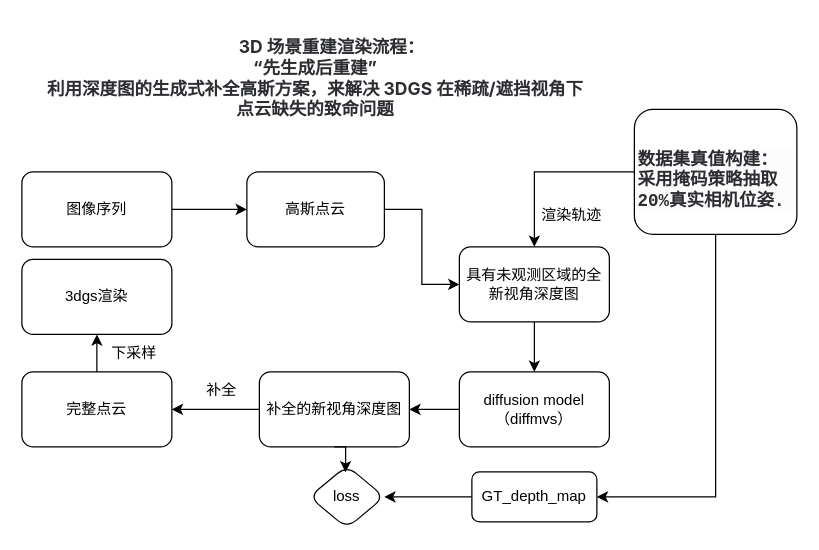
This is model_net.drawio from zzcPeace/draw.io, a draw.io file, before an edit. Source tidied: cells renumbered, new cells numbered last; positions are measured from the earlier drawing's top-left corner, leaving out a move shared by most shapes. Both pictures are drawn from the tidied source at 125%, with x=0, y=0 at pixel (21, 21).
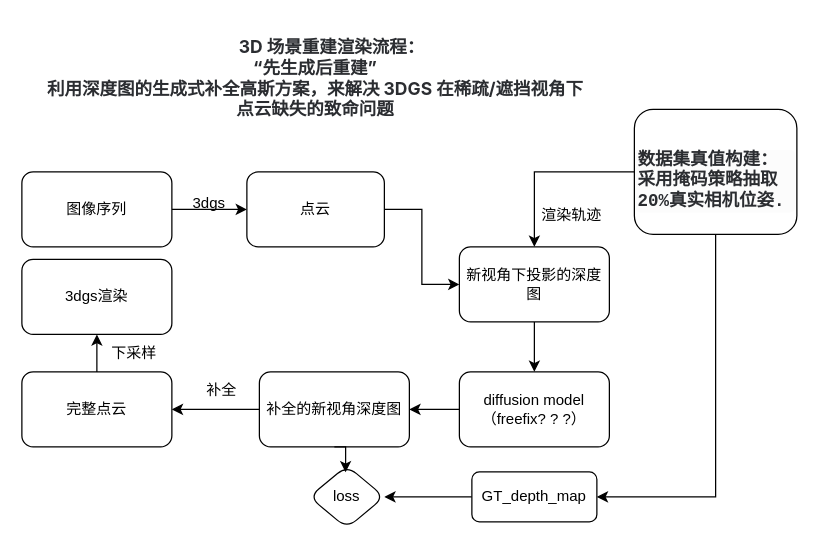
Above is the later version.

What changed in the source:
```diff
@@
-    <mxCell id="5" value="高斯点云" style="whiteSpace=wrap;html=1;rounded=1;" parent="1" vertex="1">
+    <mxCell id="5" value="点云" style="whiteSpace=wrap;html=1;rounded=1;" parent="1" vertex="1">
       <mxGeometry x="180" y="120" width="110" height="60" as="geometry" />
     </mxCell>
@@
-    <mxCell id="16" value="具有未观测区域的全新视角深度图" style="rounded=1;whiteSpace=wrap;html=1;" parent="1" vertex="1">
+    <mxCell id="16" value="新视角下投影的深度图" style="rounded=1;whiteSpace=wrap;html=1;" parent="1" vertex="1">
       <mxGeometry x="350" y="180" width="120" height="60" as="geometry" />
     </mxCell>
@@
-    <mxCell id="18" value="diffusion model&lt;br&gt;（diffmvs）" style="rounded=1;whiteSpace=wrap;html=1;" parent="1" vertex="1">
+    <mxCell id="18" value="diffusion model&lt;br&gt;（freefix? ? ?）" style="rounded=1;whiteSpace=wrap;html=1;" parent="1" vertex="1">
       <mxGeometry x="350" y="280" width="120" height="60" as="geometry" />
     </mxCell>
@@
+    <mxCell id="26" value="3dgs" style="text;html=1;whiteSpace=wrap;strokeColor=none;fillColor=none;align=center;verticalAlign=middle;rounded=0;" parent="1" vertex="1">
+      <mxGeometry x="120" y="130" width="60" height="30" as="geometry" />
+    </mxCell>
```
